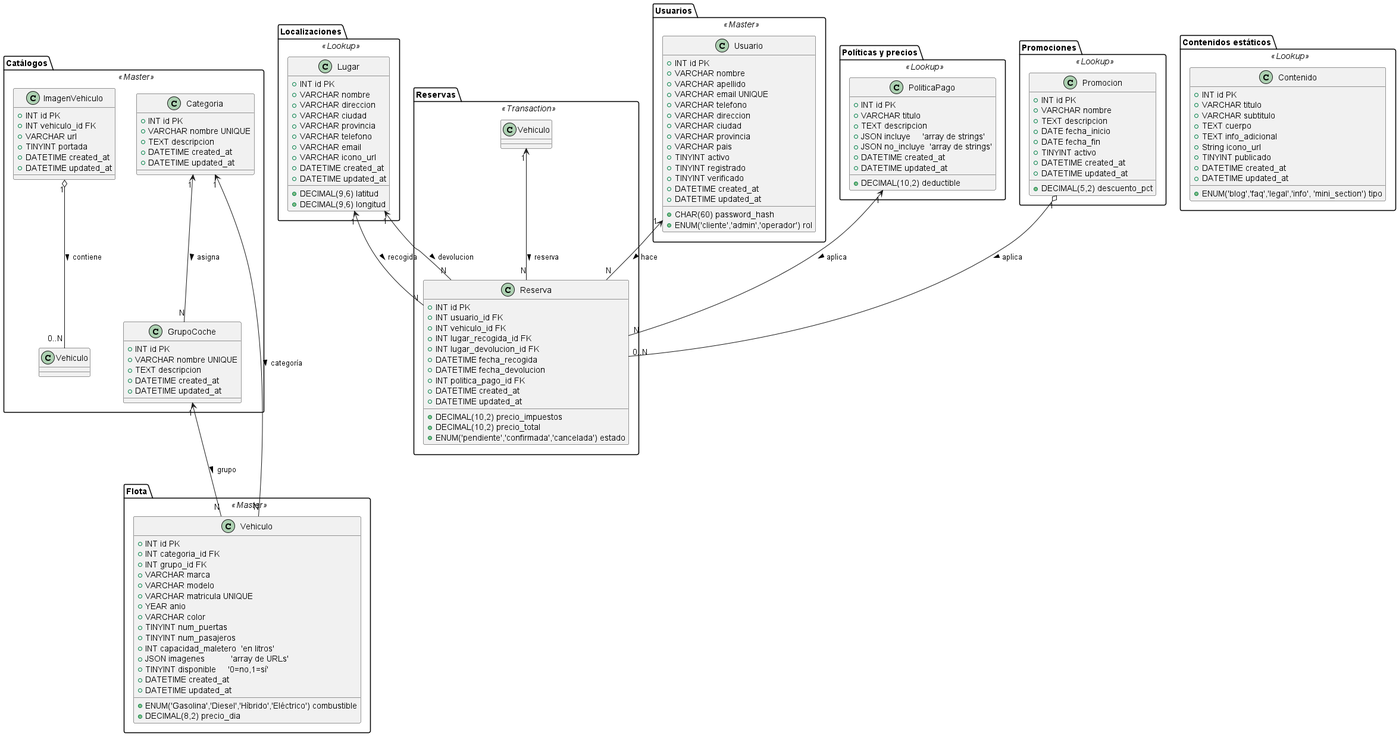
Before: utils/uml/output/__WorkspaceFolder__/utils/uml/esquemaUml/esquemadbMOBILITY4YOU.png, a diagram exported from PlantUML (OUABSL/Mobility4You).
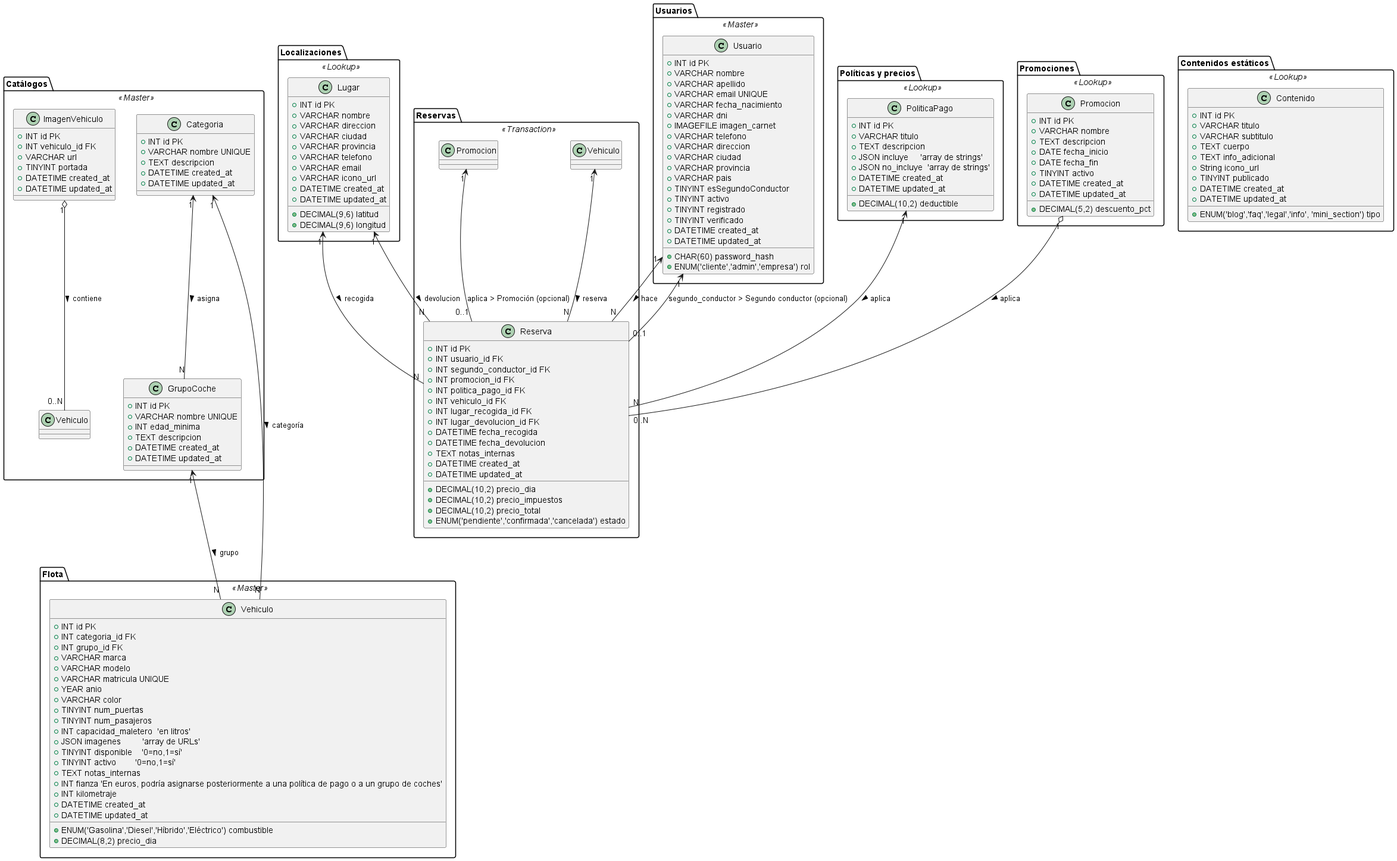
The same diagram one commit later.

Commit message:
Actualizar UML

Agregar precio día a reserva

The edit, as a diff of the source:
```diff
@@ -19,6 +19,7 @@
   class GrupoCoche {
     + INT id PK
     + VARCHAR nombre UNIQUE
+    + INT edad_minima
     + TEXT descripcion
     + DATETIME created_at
     + DATETIME updated_at
@@ -54,8 +55,12 @@
     + TINYINT num_pasajeros
     + INT capacidad_maletero  'en litros'
     + DECIMAL(8,2) precio_dia
-    + JSON imagenes           'array de URLs'
-    + TINYINT disponible     '0=no,1=sí'
+    + JSON imagenes         'array de URLs'
+    + TINYINT disponible    '0=no,1=sí'
+    + TINYINT activo        '0=no,1=sí'
+    + TEXT notas_internas
+    + INT fianza 'En euros, podría asignarse posteriormente a una política de pago o a un grupo de coches'
+    + INT kilometraje
     + DATETIME created_at
     + DATETIME updated_at
   }
@@ -86,13 +91,17 @@
     + VARCHAR nombre
     + VARCHAR apellido
     + VARCHAR email UNIQUE
+    + VARCHAR fecha_nacimiento
     + CHAR(60) password_hash
+    + VARCHAR dni
+    + IMAGEFILE imagen_carnet
     + VARCHAR telefono
     + VARCHAR direccion
     + VARCHAR ciudad
     + VARCHAR provincia
     + VARCHAR pais
-    + ENUM('cliente','admin','operador') rol
+    + ENUM('cliente','admin','empresa') rol
+    + TINYINT esSegundoConductor
     + TINYINT activo
     + TINYINT registrado
     + TINYINT verificado
@@ -118,15 +127,19 @@
   class Reserva {
     + INT id PK
     + INT usuario_id FK
+    + INT segundo_conductor_id FK
+    + INT promocion_id FK
+    + INT politica_pago_id FK
     + INT vehiculo_id FK
     + INT lugar_recogida_id FK
     + INT lugar_devolucion_id FK
     + DATETIME fecha_recogida
     + DATETIME fecha_devolucion
-    + INT politica_pago_id FK
+    + DECIMAL(10,2) precio_dia
     + DECIMAL(10,2) precio_impuestos
     + DECIMAL(10,2) precio_total
     + ENUM('pendiente','confirmada','cancelada') estado
+    + TEXT notas_internas
     + DATETIME created_at
     + DATETIME updated_at
   }
@@ -136,6 +149,8 @@
   Lugar   "1" <-- "N" Reserva : recogida >
   Lugar   "1" <-- "N" Reserva : devolucion >
   PoliticaPago "1" <-- "N" Reserva    : aplica >
+  Usuario "1" <-- "0..1" Reserva : segundo_conductor > Segundo conductor (opcional)
+  Promocion "1" <-- "0..1" Reserva : aplica > Promoción (opcional)
 }
 
 package "Promociones" <<Lookup>> {
```
